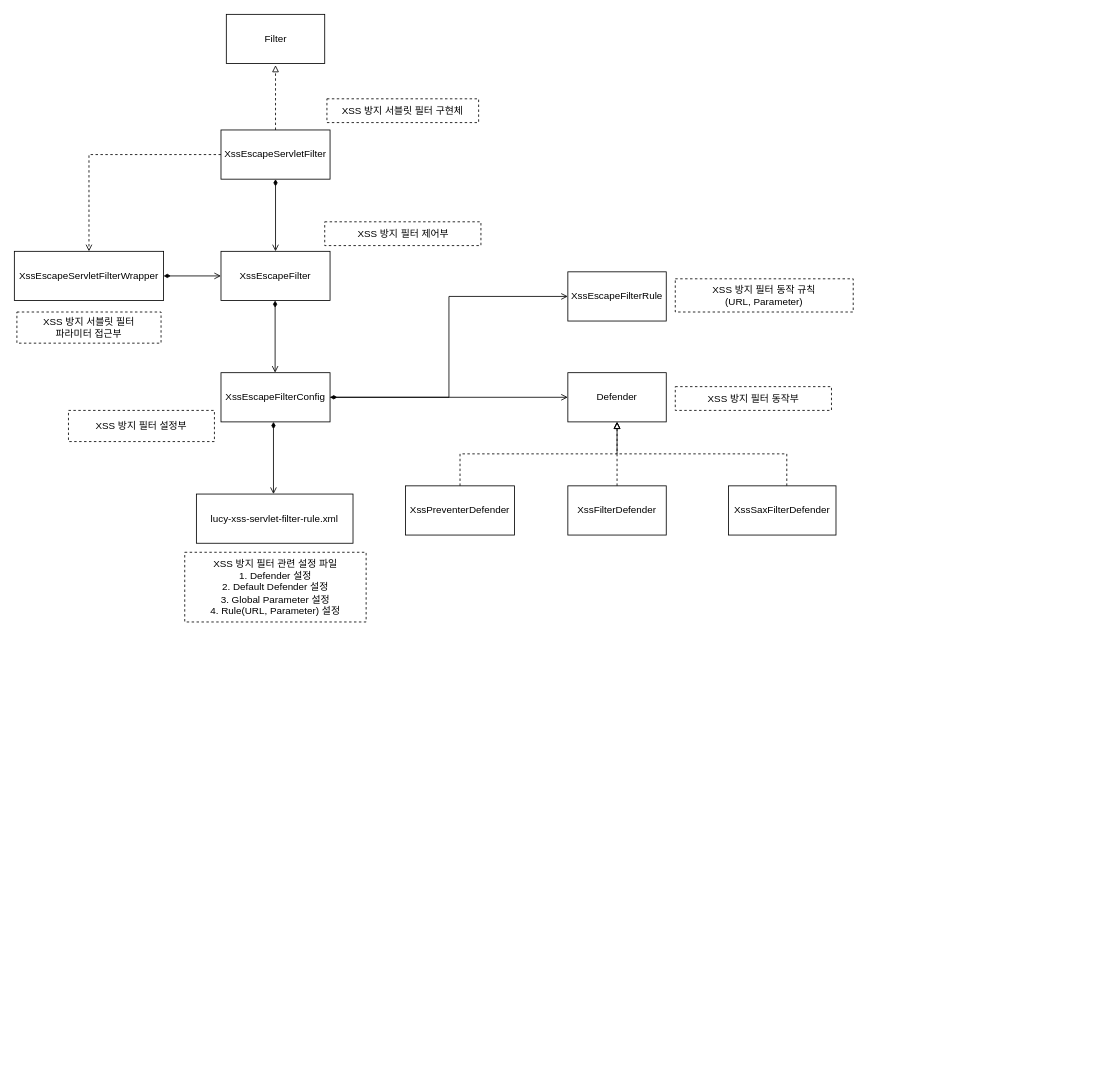
Above: page "Page-9" (9 of 14) of Untitled Diagram.drawio in ikjo93/Class-Diagram (draw.io), before the change. Source tidied: cells renumbered, new cells numbered last; positions are measured from the earlier drawing's top-left corner, leaving out a move shared by most shapes. Both pictures are drawn from the tidied source at 82%, with x=0, y=0 at pixel (14, 14).
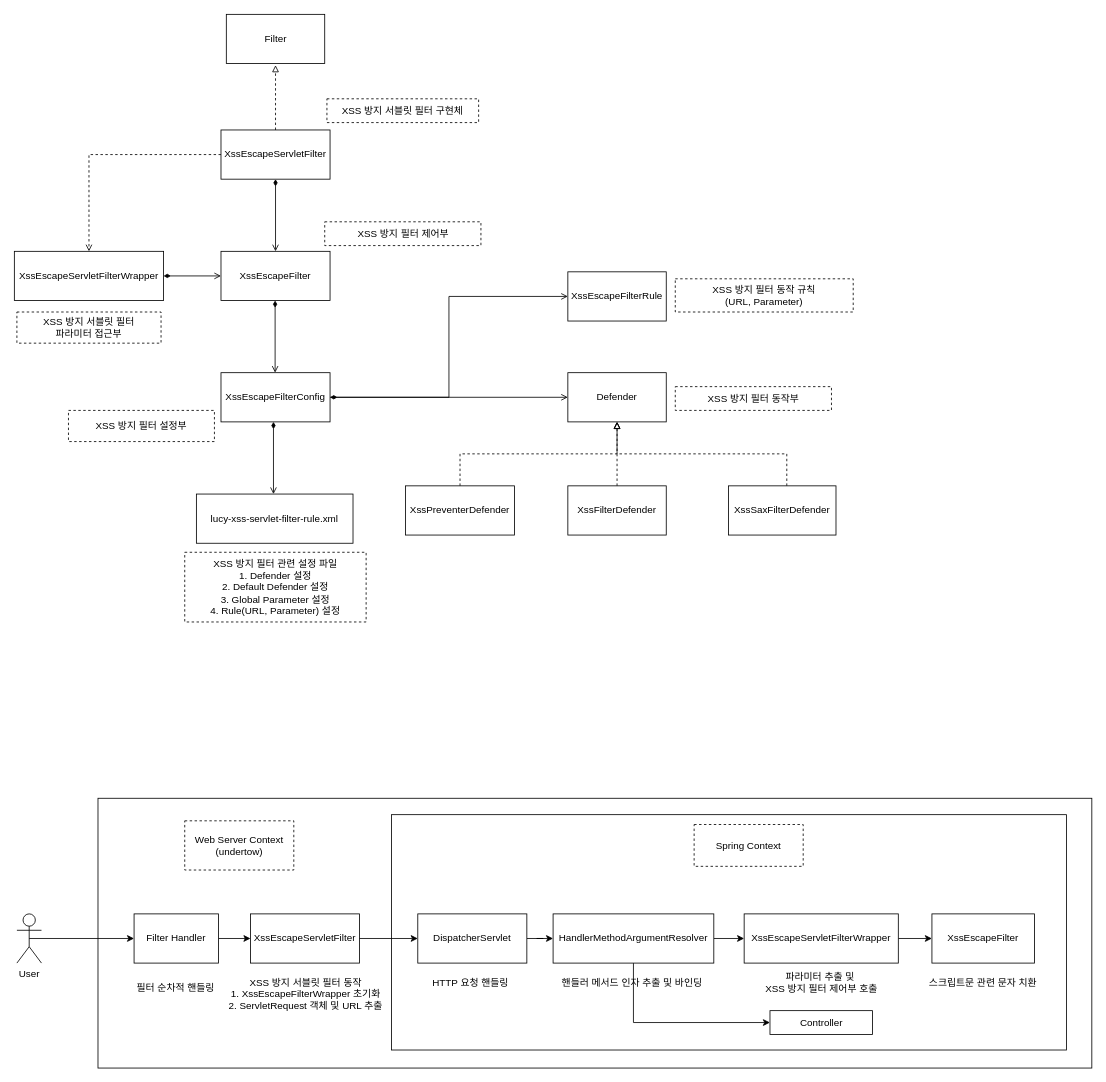
The same page after the edit.

What changed in the source:
```diff
@@
+    <mxCell id="31" style="rounded=0;whiteSpace=wrap;html=1;" parent="1" vertex="1">
+      <mxGeometry x="102" y="956" width="1212" height="329" as="geometry" />
+    </mxCell>
@@
+    <mxCell id="32" value="&lt;div&gt;Web Server Context&lt;/div&gt;(undertow)" style="rounded=0;whiteSpace=wrap;html=1;dashed=1;" parent="1" vertex="1">
+      <mxGeometry x="207.8" y="983.5" width="133" height="60" as="geometry" />
+    </mxCell>
+    <mxCell id="33" style="edgeStyle=orthogonalEdgeStyle;rounded=0;jettySize=auto;html=1;exitX=0.5;exitY=0.5;exitDx=0;exitDy=0;exitPerimeter=0;entryX=0;entryY=0.5;entryDx=0;entryDy=0;" parent="1" edge="1" source="34" target="36">
+      <mxGeometry relative="1" as="geometry" />
+    </mxCell>
+    <mxCell id="34" value="User" style="shape=umlActor;verticalLabelPosition=bottom;verticalAlign=top;html=1;outlineConnect=0;" parent="1" vertex="1">
+      <mxGeometry x="3.1" y="1097" width="30" height="60" as="geometry" />
+    </mxCell>
+    <mxCell id="35" style="edgeStyle=orthogonalEdgeStyle;rounded=0;jettySize=auto;html=1;exitX=1;exitY=0.5;exitDx=0;exitDy=0;entryX=0;entryY=0.5;entryDx=0;entryDy=0;" parent="1" edge="1" source="36" target="37">
+      <mxGeometry relative="1" as="geometry" />
+    </mxCell>
+    <mxCell id="36" value="Filter Handler&lt;div&gt;&lt;/div&gt;" style="rounded=0;whiteSpace=wrap;html=1;" parent="1" vertex="1">
+      <mxGeometry x="146" y="1097" width="103" height="60" as="geometry" />
+    </mxCell>
+    <mxCell id="37" value="XssEscapeServletFilter&lt;div&gt;&lt;/div&gt;" style="rounded=0;whiteSpace=wrap;html=1;" parent="1" vertex="1">
+      <mxGeometry x="288" y="1097" width="133" height="60" as="geometry" />
+    </mxCell>
+    <mxCell id="38" style="rounded=0;whiteSpace=wrap;html=1;" parent="1" vertex="1">
+      <mxGeometry x="460" y="976" width="823" height="287" as="geometry" />
+    </mxCell>
+    <mxCell id="39" style="edgeStyle=orthogonalEdgeStyle;rounded=0;jettySize=auto;html=1;exitX=1;exitY=0.5;exitDx=0;exitDy=0;entryX=0;entryY=0.5;entryDx=0;entryDy=0;" parent="1" edge="1" source="37" target="41">
+      <mxGeometry relative="1" as="geometry" />
+    </mxCell>
+    <mxCell id="40" style="edgeStyle=orthogonalEdgeStyle;rounded=0;jettySize=auto;html=1;entryX=0;entryY=0.5;entryDx=0;entryDy=0;" parent="1" edge="1" source="41" target="47">
+      <mxGeometry relative="1" as="geometry" />
+    </mxCell>
+    <mxCell id="41" value="DispatcherServlet&lt;div&gt;&lt;/div&gt;" style="rounded=0;whiteSpace=wrap;html=1;" parent="1" vertex="1">
+      <mxGeometry x="492" y="1097" width="133" height="60" as="geometry" />
+    </mxCell>
+    <mxCell id="42" value="&lt;div&gt;Spring Context&lt;/div&gt;" style="rounded=0;whiteSpace=wrap;html=1;dashed=1;" parent="1" vertex="1">
+      <mxGeometry x="829" y="988" width="133" height="51" as="geometry" />
+    </mxCell>
+    <mxCell id="43" style="edgeStyle=orthogonalEdgeStyle;rounded=0;jettySize=auto;html=1;exitX=1;exitY=0.5;exitDx=0;exitDy=0;" parent="1" edge="1" source="44" target="48">
+      <mxGeometry relative="1" as="geometry" />
+    </mxCell>
+    <mxCell id="44" value="XssEscapeServletFilterWrapper&lt;div&gt;&lt;/div&gt;" style="rounded=0;whiteSpace=wrap;html=1;" parent="1" vertex="1">
+      <mxGeometry x="890" y="1097" width="188" height="60" as="geometry" />
+    </mxCell>
+    <mxCell id="45" style="edgeStyle=orthogonalEdgeStyle;rounded=0;jettySize=auto;html=1;exitX=1;exitY=0.5;exitDx=0;exitDy=0;entryX=0;entryY=0.5;entryDx=0;entryDy=0;" parent="1" edge="1" source="47" target="44">
+      <mxGeometry relative="1" as="geometry" />
+    </mxCell>
+    <mxCell id="46" style="edgeStyle=orthogonalEdgeStyle;rounded=0;jettySize=auto;html=1;exitX=0.5;exitY=1;exitDx=0;exitDy=0;entryX=0;entryY=0.5;entryDx=0;entryDy=0;" parent="1" edge="1" source="47" target="49">
+      <mxGeometry relative="1" as="geometry" />
+    </mxCell>
+    <mxCell id="47" value="HandlerMethodArgumentResolver&lt;div&gt;&lt;/div&gt;" style="rounded=0;whiteSpace=wrap;html=1;" parent="1" vertex="1">
+      <mxGeometry x="657" y="1097" width="196" height="60" as="geometry" />
+    </mxCell>
+    <mxCell id="48" value="XssEscapeFilter&lt;div&gt;&lt;/div&gt;" style="rounded=0;whiteSpace=wrap;html=1;" parent="1" vertex="1">
+      <mxGeometry x="1119" y="1097" width="125" height="60" as="geometry" />
+    </mxCell>
+    <mxCell id="49" value="Controller&lt;div&gt;&lt;/div&gt;" style="rounded=0;whiteSpace=wrap;html=1;" parent="1" vertex="1">
+      <mxGeometry x="921.5" y="1215" width="125" height="29" as="geometry" />
+    </mxCell>
+    <mxCell id="50" value="필터 순차적 핸들링" style="text;html=1;align=center;verticalAlign=middle;whiteSpace=wrap;rounded=0;" parent="1" vertex="1">
+      <mxGeometry x="140.5" y="1172" width="112" height="30" as="geometry" />
+    </mxCell>
+    <mxCell id="51" value="XSS 방지 서블릿 필터 동작&lt;div&gt;1. XssEscapeFilterWrapper 초기화&lt;/div&gt;&lt;div&gt;2. ServletRequest 객체 및 URL 추출&lt;/div&gt;" style="text;html=1;align=center;verticalAlign=middle;whiteSpace=wrap;rounded=0;" parent="1" vertex="1">
+      <mxGeometry x="256.5" y="1180" width="196.5" height="30" as="geometry" />
+    </mxCell>
+    <mxCell id="52" value="스크립트문 관련 문자 치환" style="text;html=1;align=center;verticalAlign=middle;whiteSpace=wrap;rounded=0;" parent="1" vertex="1">
+      <mxGeometry x="1105" y="1166" width="153" height="30" as="geometry" />
+    </mxCell>
+    <mxCell id="53" value="HTTP 요청 핸들링" style="text;html=1;align=center;verticalAlign=middle;whiteSpace=wrap;rounded=0;" parent="1" vertex="1">
+      <mxGeometry x="496" y="1166" width="121" height="30" as="geometry" />
+    </mxCell>
+    <mxCell id="54" value="핸들러 메서드 인자 추출 및 바인딩" style="text;html=1;align=center;verticalAlign=middle;whiteSpace=wrap;rounded=0;" parent="1" vertex="1">
+      <mxGeometry x="650" y="1166" width="207" height="30" as="geometry" />
+    </mxCell>
+    <mxCell id="55" value="파라미터 추출 및&amp;nbsp;&lt;div&gt;XSS 방지 필터 제어부 호출&lt;/div&gt;" style="text;html=1;align=center;verticalAlign=middle;whiteSpace=wrap;rounded=0;" parent="1" vertex="1">
+      <mxGeometry x="907.5" y="1166" width="153" height="30" as="geometry" />
+    </mxCell>
```
